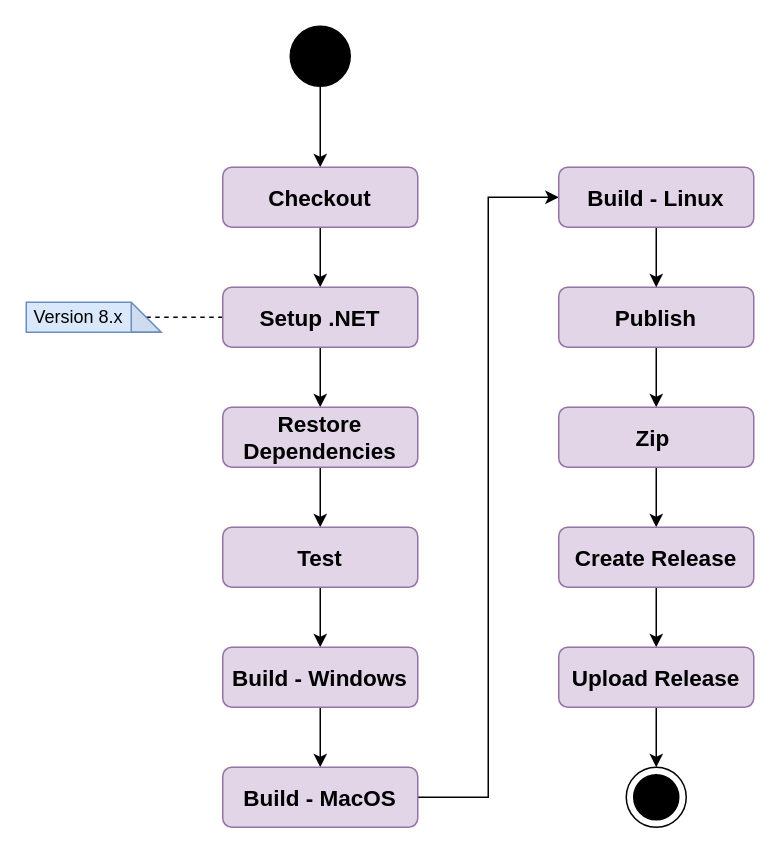
This is docs/diagrams/Release_Workflow.drawio from ITU-BDSA2024-GROUP6/Chirp, a draw.io file, before an edit. Source tidied: cells renumbered, new cells numbered last; positions are measured from the earlier drawing's top-left corner, leaving out a move shared by most shapes. Both pictures are drawn from the tidied source at 150%, with x=0, y=0 at pixel (26, 26).
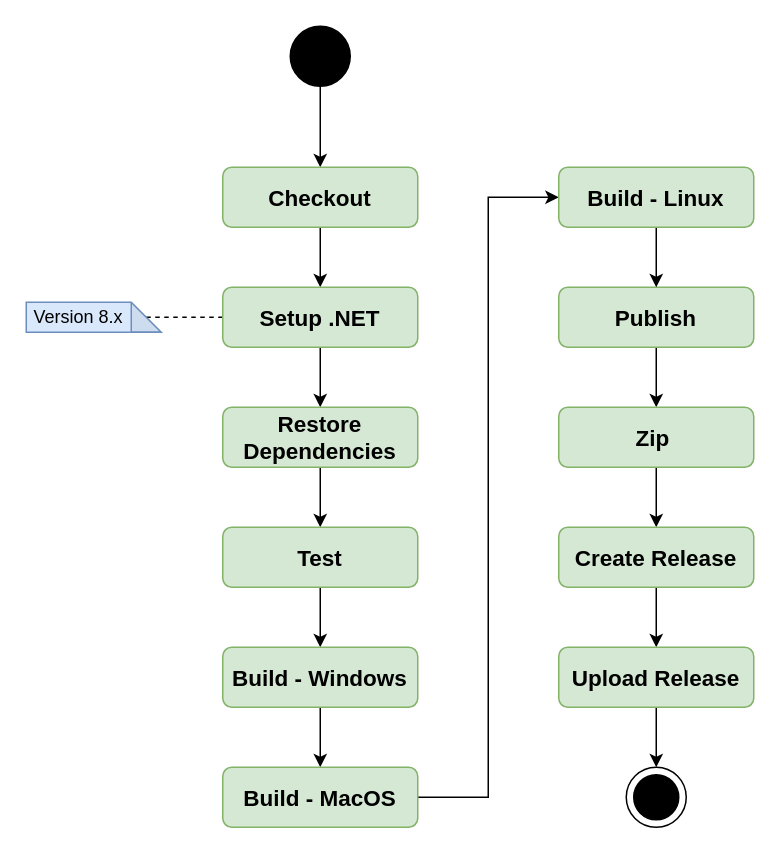
After the change.

What changed in the source:
```diff
@@
-    <mxCell id="6" value="&lt;b&gt;&lt;font style=&quot;font-size: 15px;&quot;&gt;Checkout&lt;/font&gt;&lt;/b&gt;" style="rounded=1;whiteSpace=wrap;html=1;fillColor=#e1d5e7;strokeColor=#9673a6;" parent="1" vertex="1">
+    <mxCell id="6" value="&lt;b&gt;&lt;font style=&quot;font-size: 15px;&quot;&gt;Checkout&lt;/font&gt;&lt;/b&gt;" style="rounded=1;whiteSpace=wrap;html=1;fillColor=#d5e8d4;strokeColor=#82b366;" parent="1" vertex="1">
       <mxGeometry x="131" y="94" width="130" height="40" as="geometry" />
     </mxCell>
@@
-    <mxCell id="9" value="&lt;b&gt;&lt;font style=&quot;font-size: 15px;&quot;&gt;Setup .NET&lt;/font&gt;&lt;/b&gt;" style="rounded=1;whiteSpace=wrap;html=1;fillColor=#e1d5e7;strokeColor=#9673a6;" parent="1" vertex="1">
+    <mxCell id="9" value="&lt;b&gt;&lt;font style=&quot;font-size: 15px;&quot;&gt;Setup .NET&lt;/font&gt;&lt;/b&gt;" style="rounded=1;whiteSpace=wrap;html=1;fillColor=#d5e8d4;strokeColor=#82b366;" parent="1" vertex="1">
       <mxGeometry x="131" y="174" width="130" height="40" as="geometry" />
     </mxCell>
@@
-    <mxCell id="11" value="&lt;b&gt;&lt;font style=&quot;font-size: 15px;&quot;&gt;Restore Dependencies&lt;/font&gt;&lt;/b&gt;" style="rounded=1;whiteSpace=wrap;html=1;fillColor=#e1d5e7;strokeColor=#9673a6;" parent="1" vertex="1">
+    <mxCell id="11" value="&lt;b&gt;&lt;font style=&quot;font-size: 15px;&quot;&gt;Restore Dependencies&lt;/font&gt;&lt;/b&gt;" style="rounded=1;whiteSpace=wrap;html=1;fillColor=#d5e8d4;strokeColor=#82b366;" parent="1" vertex="1">
       <mxGeometry x="131" y="254" width="130" height="40" as="geometry" />
     </mxCell>
@@
-    <mxCell id="13" value="&lt;b&gt;&lt;font style=&quot;font-size: 15px;&quot;&gt;Test&lt;/font&gt;&lt;/b&gt;" style="rounded=1;whiteSpace=wrap;html=1;fillColor=#e1d5e7;strokeColor=#9673a6;" parent="1" vertex="1">
+    <mxCell id="13" value="&lt;b&gt;&lt;font style=&quot;font-size: 15px;&quot;&gt;Test&lt;/font&gt;&lt;/b&gt;" style="rounded=1;whiteSpace=wrap;html=1;fillColor=#d5e8d4;strokeColor=#82b366;" parent="1" vertex="1">
       <mxGeometry x="131" y="334" width="130" height="40" as="geometry" />
     </mxCell>
@@
-    <mxCell id="15" value="&lt;b&gt;&lt;font&gt;&lt;span style=&quot;font-size: 15px;&quot;&gt;Build - Windows&lt;/span&gt;&lt;/font&gt;&lt;/b&gt;" style="rounded=1;whiteSpace=wrap;html=1;fillColor=#e1d5e7;strokeColor=#9673a6;" parent="1" vertex="1">
+    <mxCell id="15" value="&lt;b&gt;&lt;font&gt;&lt;span style=&quot;font-size: 15px;&quot;&gt;Build - Windows&lt;/span&gt;&lt;/font&gt;&lt;/b&gt;" style="rounded=1;whiteSpace=wrap;html=1;fillColor=#d5e8d4;strokeColor=#82b366;" parent="1" vertex="1">
       <mxGeometry x="131" y="414" width="130" height="40" as="geometry" />
     </mxCell>
@@
-    <mxCell id="18" value="&lt;b&gt;&lt;font&gt;&lt;span style=&quot;font-size: 15px;&quot;&gt;Publish&lt;/span&gt;&lt;/font&gt;&lt;/b&gt;" style="rounded=1;whiteSpace=wrap;html=1;fillColor=#e1d5e7;strokeColor=#9673a6;" parent="1" vertex="1">
+    <mxCell id="18" value="&lt;b&gt;&lt;font&gt;&lt;span style=&quot;font-size: 15px;&quot;&gt;Publish&lt;/span&gt;&lt;/font&gt;&lt;/b&gt;" style="rounded=1;whiteSpace=wrap;html=1;fillColor=#d5e8d4;strokeColor=#82b366;" parent="1" vertex="1">
       <mxGeometry x="355" y="174" width="130" height="40" as="geometry" />
     </mxCell>
@@
-    <mxCell id="20" value="&lt;b&gt;&lt;font&gt;&lt;span style=&quot;font-size: 15px;&quot;&gt;Zip&amp;nbsp;&lt;/span&gt;&lt;/font&gt;&lt;/b&gt;" style="rounded=1;whiteSpace=wrap;html=1;fillColor=#e1d5e7;strokeColor=#9673a6;" parent="1" vertex="1">
+    <mxCell id="20" value="&lt;b&gt;&lt;font&gt;&lt;span style=&quot;font-size: 15px;&quot;&gt;Zip&amp;nbsp;&lt;/span&gt;&lt;/font&gt;&lt;/b&gt;" style="rounded=1;whiteSpace=wrap;html=1;fillColor=#d5e8d4;strokeColor=#82b366;" parent="1" vertex="1">
       <mxGeometry x="355" y="254" width="130" height="40" as="geometry" />
     </mxCell>
@@
-    <mxCell id="24" value="&lt;b&gt;&lt;font&gt;&lt;span style=&quot;font-size: 15px;&quot;&gt;Create Release&lt;/span&gt;&lt;/font&gt;&lt;/b&gt;" style="rounded=1;whiteSpace=wrap;html=1;fillColor=#e1d5e7;strokeColor=#9673a6;" parent="1" vertex="1">
+    <mxCell id="24" value="&lt;b&gt;&lt;font&gt;&lt;span style=&quot;font-size: 15px;&quot;&gt;Create Release&lt;/span&gt;&lt;/font&gt;&lt;/b&gt;" style="rounded=1;whiteSpace=wrap;html=1;fillColor=#d5e8d4;strokeColor=#82b366;" parent="1" vertex="1">
       <mxGeometry x="355" y="334" width="130" height="40" as="geometry" />
     </mxCell>
@@
-    <mxCell id="26" value="&lt;b&gt;&lt;font&gt;&lt;span style=&quot;font-size: 15px;&quot;&gt;Upload Release&lt;/span&gt;&lt;/font&gt;&lt;/b&gt;" style="rounded=1;whiteSpace=wrap;html=1;fillColor=#e1d5e7;strokeColor=#9673a6;" parent="1" vertex="1">
+    <mxCell id="26" value="&lt;b&gt;&lt;font&gt;&lt;span style=&quot;font-size: 15px;&quot;&gt;Upload Release&lt;/span&gt;&lt;/font&gt;&lt;/b&gt;" style="rounded=1;whiteSpace=wrap;html=1;fillColor=#d5e8d4;strokeColor=#82b366;" parent="1" vertex="1">
       <mxGeometry x="355" y="414" width="130" height="40" as="geometry" />
     </mxCell>
@@
-    <mxCell id="28" value="&lt;b&gt;&lt;font&gt;&lt;span style=&quot;font-size: 15px;&quot;&gt;Build - MacOS&lt;/span&gt;&lt;/font&gt;&lt;/b&gt;" style="rounded=1;whiteSpace=wrap;html=1;fillColor=#e1d5e7;strokeColor=#9673a6;" parent="1" vertex="1">
+    <mxCell id="28" value="&lt;b&gt;&lt;font&gt;&lt;span style=&quot;font-size: 15px;&quot;&gt;Build - MacOS&lt;/span&gt;&lt;/font&gt;&lt;/b&gt;" style="rounded=1;whiteSpace=wrap;html=1;fillColor=#d5e8d4;strokeColor=#82b366;" parent="1" vertex="1">
       <mxGeometry x="131" y="494" width="130" height="40" as="geometry" />
     </mxCell>
@@
-    <mxCell id="30" value="&lt;b&gt;&lt;font&gt;&lt;span style=&quot;font-size: 15px;&quot;&gt;Build - Linux&lt;/span&gt;&lt;/font&gt;&lt;/b&gt;" style="rounded=1;whiteSpace=wrap;html=1;fillColor=#e1d5e7;strokeColor=#9673a6;" parent="1" vertex="1">
+    <mxCell id="30" value="&lt;b&gt;&lt;font&gt;&lt;span style=&quot;font-size: 15px;&quot;&gt;Build - Linux&lt;/span&gt;&lt;/font&gt;&lt;/b&gt;" style="rounded=1;whiteSpace=wrap;html=1;fillColor=#d5e8d4;strokeColor=#82b366;" parent="1" vertex="1">
       <mxGeometry x="355" y="94" width="130" height="40" as="geometry" />
     </mxCell>
```
